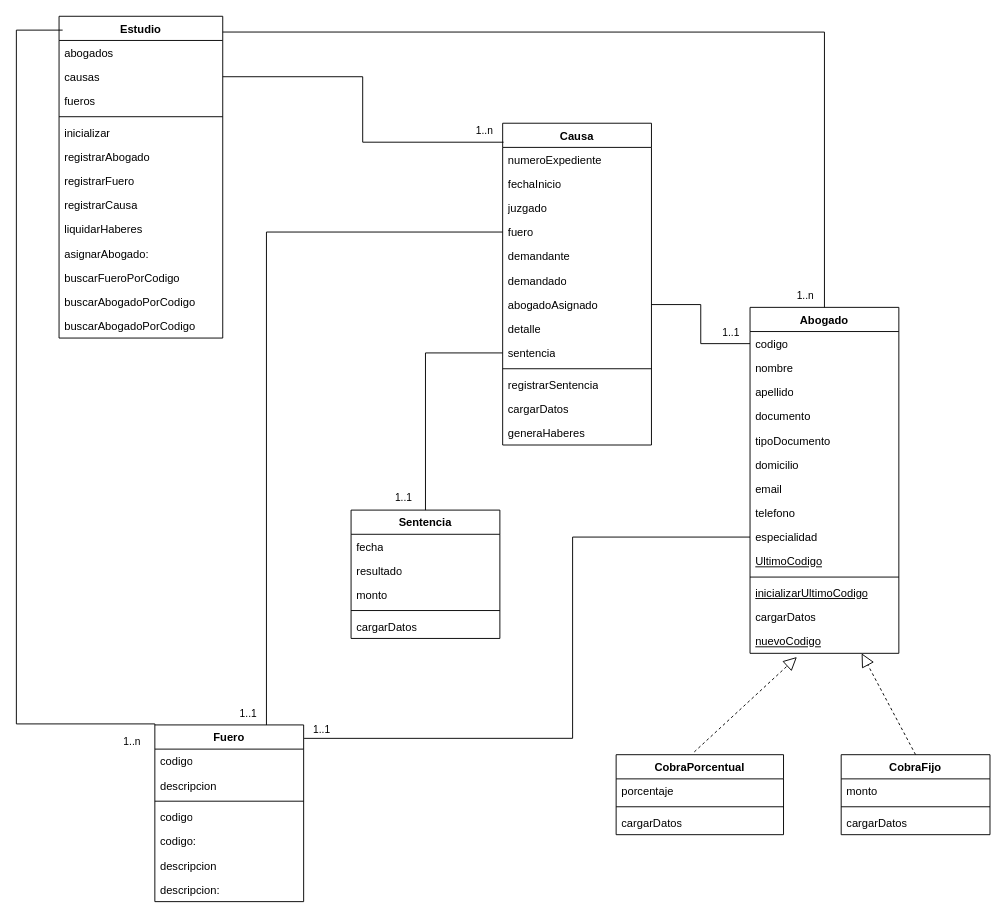
This is page "DiagramaClases" (1 of 2) of diagrama.drawio from Valentin-Leone-Arriola/Paradigmas-2026-2k06-G03, a draw.io file, before an edit. Source tidied: cells renumbered, new cells numbered last; positions are measured from the earlier drawing's top-left corner, leaving out a move shared by most shapes. Both pictures are drawn from the tidied source at 93%, with x=0, y=0 at pixel (16, 16).
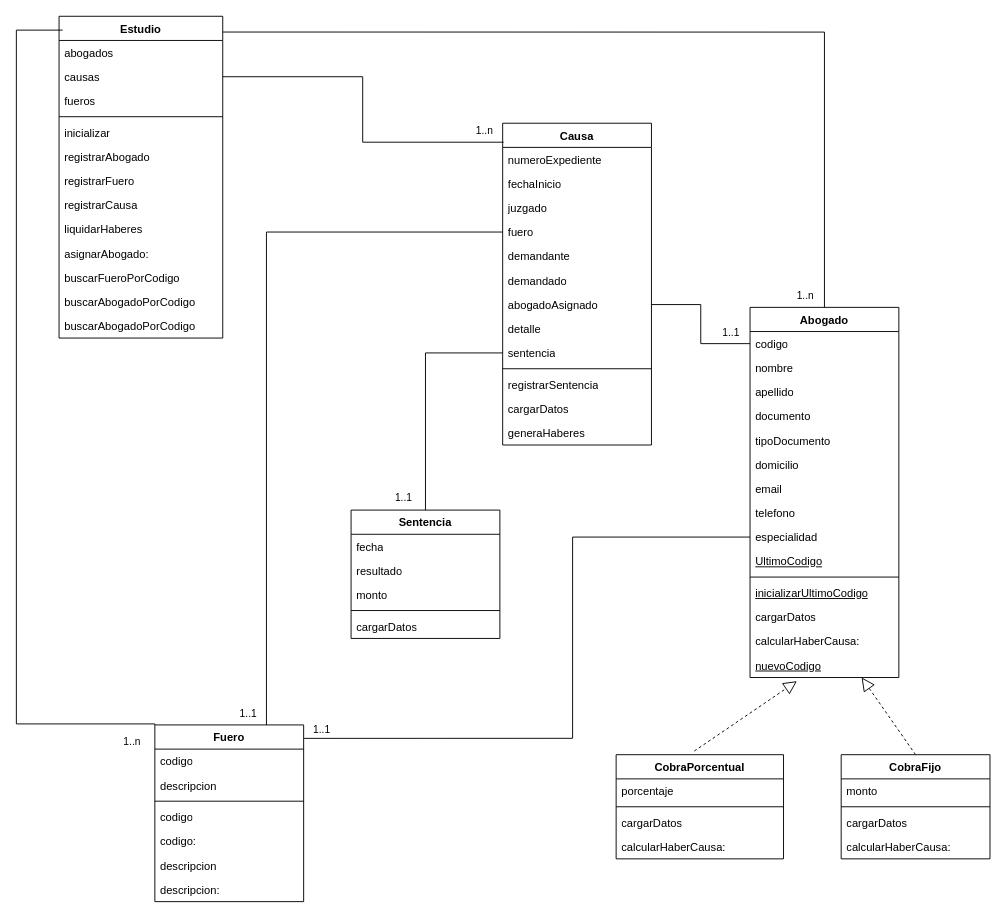
The same diagram, later.

Commit message (it also covers changes not shown here):
terminado diagrama y primera iteracion programa

Change to the diagram source:
```diff
@@
     <mxCell id="16" value="Abogado" style="swimlane;fontStyle=1;align=center;verticalAlign=top;horizontal=1;startSize=26;whiteSpace=wrap;html=1;" parent="1" vertex="1">
-      <mxGeometry x="789" y="313" width="160" height="372" as="geometry" />
+      <mxGeometry x="789" y="313" width="160" height="398" as="geometry" />
     </mxCell>
@@
+    <mxCell id="83" value="&lt;div&gt;calcularHaberCausa:&lt;/div&gt;" style="text;strokeColor=none;fillColor=none;align=left;verticalAlign=top;spacingLeft=4;spacingRight=4;overflow=hidden;whiteSpace=wrap;html=1;" parent="16" vertex="1">
+      <mxGeometry y="346" width="160" height="26" as="geometry" />
+    </mxCell>
     <mxCell id="30" value="&lt;div&gt;&lt;u&gt;nuevoCodigo&lt;/u&gt;&lt;/div&gt;" style="text;strokeColor=none;fillColor=none;align=left;verticalAlign=top;spacingLeft=4;spacingRight=4;overflow=hidden;points=[[0,0.5],[1,0.5]];portConstraint=eastwest;whiteSpace=wrap;html=1;" parent="16" vertex="1">
-      <mxGeometry y="346" width="160" height="26" as="geometry" />
+      <mxGeometry y="372" width="160" height="26" as="geometry" />
     </mxCell>
@@
     <mxCell id="67" value="CobraFijo" style="swimlane;fontStyle=1;align=center;verticalAlign=top;horizontal=1;startSize=26;whiteSpace=wrap;html=1;" parent="1" vertex="1">
-      <mxGeometry x="887" y="794" width="160" height="86" as="geometry" />
+      <mxGeometry x="887" y="794" width="160" height="112" as="geometry" />
     </mxCell>
@@
+    <mxCell id="84" value="calcularHaberCausa:" style="text;strokeColor=none;fillColor=none;align=left;verticalAlign=top;spacingLeft=4;spacingRight=4;overflow=hidden;whiteSpace=wrap;html=1;" parent="67" vertex="1">
+      <mxGeometry y="86" width="160" height="26" as="geometry" />
+    </mxCell>
     <mxCell id="71" value="CobraPorcentual" style="swimlane;fontStyle=1;align=center;verticalAlign=top;horizontal=1;startSize=26;whiteSpace=wrap;html=1;" parent="1" vertex="1">
-      <mxGeometry x="645" y="794" width="180" height="86" as="geometry" />
+      <mxGeometry x="645" y="794" width="180" height="112" as="geometry" />
     </mxCell>
@@
+    <mxCell id="85" value="calcularHaberCausa:" style="text;strokeColor=none;fillColor=none;align=left;verticalAlign=top;spacingLeft=4;spacingRight=4;overflow=hidden;whiteSpace=wrap;html=1;" parent="71" vertex="1">
+      <mxGeometry y="86" width="180" height="26" as="geometry" />
+    </mxCell>
```
